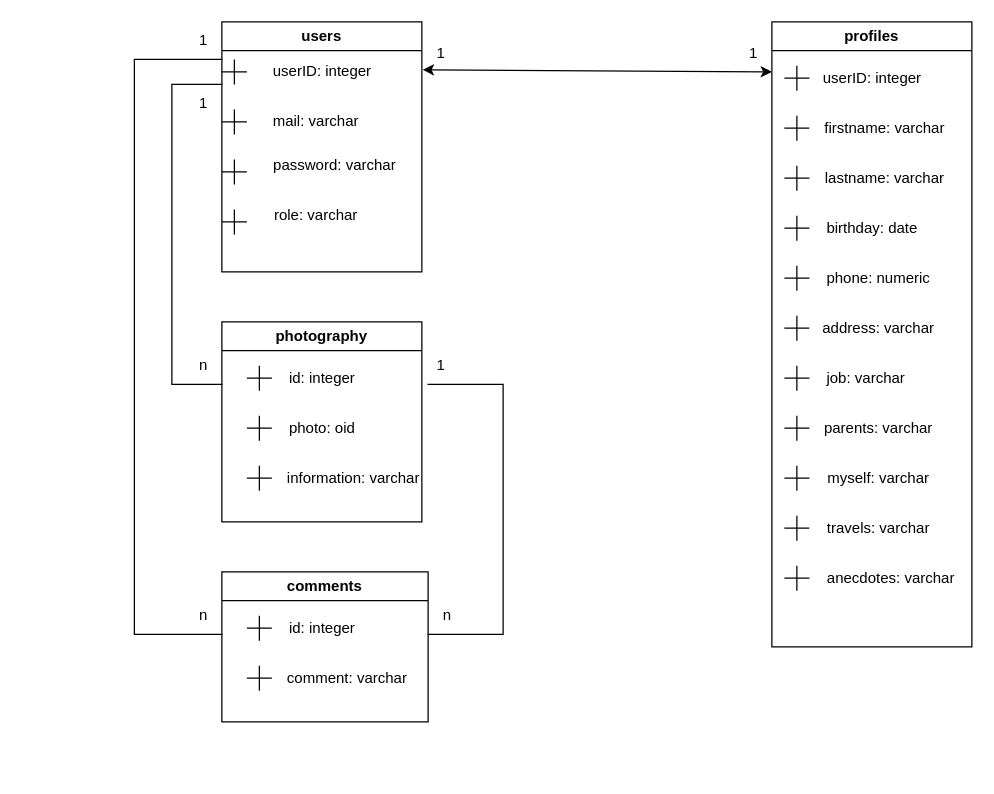
Above: test.drawio/tables.drawio in sandrine-proenca/Voyager_dans_le_temps (draw.io), before the change. Source tidied: cells renumbered, new cells numbered last; positions are measured from the earlier drawing's top-left corner, leaving out a move shared by most shapes. Both pictures are drawn from the tidied source at 125%, with x=0, y=0 at pixel (134, 21).
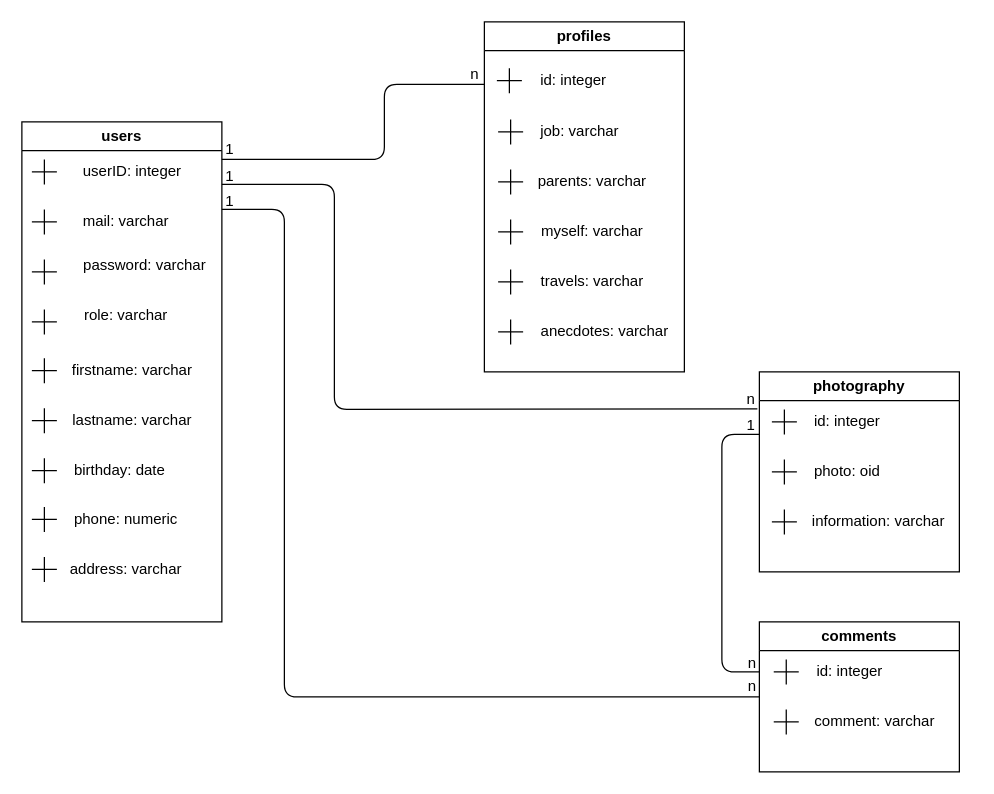
Above is the later version.

The edit, as a diff of the source:
```diff
@@
     <mxCell id="2" value="users" style="swimlane;whiteSpace=wrap;html=1;" parent="1" vertex="1">
-      <mxGeometry x="70" width="160" height="200" as="geometry" />
+      <mxGeometry x="-90" y="80" width="160" height="400" as="geometry" />
     </mxCell>
     <mxCell id="3" style="shape=cross;whiteSpace=wrap;html=1;size=0;" parent="2" vertex="1">
-      <mxGeometry y="30" width="20" height="20" as="geometry" />
+      <mxGeometry x="8" y="30" width="20" height="20" as="geometry" />
     </mxCell>
     <mxCell id="4" value="userID: integer" style="text;html=1;align=center;verticalAlign=middle;strokeColor=none;fillColor=none;" parent="2" vertex="1">
-      <mxGeometry x="30" y="25" width="100" height="30" as="geometry" />
+      <mxGeometry x="38" y="25" width="100" height="30" as="geometry" />
     </mxCell>
     <mxCell id="5" style="shape=cross;whiteSpace=wrap;html=1;size=0;" parent="2" vertex="1">
-      <mxGeometry y="70" width="20" height="20" as="geometry" />
+      <mxGeometry x="8" y="70" width="20" height="20" as="geometry" />
     </mxCell>
     <mxCell id="6" style="shape=cross;whiteSpace=wrap;html=1;size=0;" parent="2" vertex="1">
-      <mxGeometry y="110" width="20" height="20" as="geometry" />
+      <mxGeometry x="8" y="110" width="20" height="20" as="geometry" />
     </mxCell>
     <mxCell id="7" style="shape=cross;whiteSpace=wrap;html=1;size=0;" parent="2" vertex="1">
-      <mxGeometry y="150" width="20" height="20" as="geometry" />
+      <mxGeometry x="8" y="150" width="20" height="20" as="geometry" />
     </mxCell>
     <mxCell id="8" value="mail: varchar" style="text;html=1;align=center;verticalAlign=middle;strokeColor=none;fillColor=none;" parent="2" vertex="1">
-      <mxGeometry x="30" y="65" width="90" height="30" as="geometry" />
+      <mxGeometry x="38" y="65" width="90" height="30" as="geometry" />
     </mxCell>
     <mxCell id="9" value="password: varchar" style="text;html=1;align=center;verticalAlign=middle;strokeColor=none;fillColor=none;" parent="2" vertex="1">
-      <mxGeometry x="30" y="100" width="120" height="30" as="geometry" />
+      <mxGeometry x="38" y="100" width="120" height="30" as="geometry" />
     </mxCell>
     <mxCell id="10" value="role: varchar" style="text;html=1;align=center;verticalAlign=middle;strokeColor=none;fillColor=none;" parent="2" vertex="1">
-      <mxGeometry x="30" y="140" width="90" height="30" as="geometry" />
+      <mxGeometry x="38" y="140" width="90" height="30" as="geometry" />
     </mxCell>
-    <mxCell id="11" value="profiles" style="swimlane;whiteSpace=wrap;html=1;" parent="1" vertex="1">
-      <mxGeometry x="510" width="160" height="500" as="geometry" />
-    </mxCell>
-    <mxCell id="12" style="shape=cross;whiteSpace=wrap;html=1;size=0;" parent="11" vertex="1">
-      <mxGeometry x="10" y="35" width="20" height="20" as="geometry" />
-    </mxCell>
-    <mxCell id="13" value="userID: integer" style="text;html=1;align=center;verticalAlign=middle;strokeColor=none;fillColor=none;" parent="11" vertex="1">
-      <mxGeometry x="30" y="30" width="100" height="30" as="geometry" />
-    </mxCell>
-    <mxCell id="14" style="shape=cross;whiteSpace=wrap;html=1;size=0;" parent="11" vertex="1">
-      <mxGeometry x="10" y="75" width="20" height="20" as="geometry" />
+    <mxCell id="14" style="shape=cross;whiteSpace=wrap;html=1;size=0;" parent="2" vertex="1">
+      <mxGeometry x="8" y="189" width="20" height="20" as="geometry" />
     </mxCell>
-    <mxCell id="15" style="shape=cross;whiteSpace=wrap;html=1;size=0;" parent="11" vertex="1">
-      <mxGeometry x="10" y="115" width="20" height="20" as="geometry" />
+    <mxCell id="15" style="shape=cross;whiteSpace=wrap;html=1;size=0;" parent="2" vertex="1">
+      <mxGeometry x="8" y="229" width="20" height="20" as="geometry" />
     </mxCell>
-    <mxCell id="16" style="shape=cross;whiteSpace=wrap;html=1;size=0;" parent="11" vertex="1">
-      <mxGeometry x="10" y="155" width="20" height="20" as="geometry" />
+    <mxCell id="16" style="shape=cross;whiteSpace=wrap;html=1;size=0;" parent="2" vertex="1">
+      <mxGeometry x="8" y="269" width="20" height="20" as="geometry" />
     </mxCell>
-    <mxCell id="17" value="firstname: varchar" style="text;html=1;align=center;verticalAlign=middle;strokeColor=none;fillColor=none;" parent="11" vertex="1">
-      <mxGeometry x="30" y="70" width="120" height="30" as="geometry" />
+    <mxCell id="17" value="firstname: varchar" style="text;html=1;align=center;verticalAlign=middle;strokeColor=none;fillColor=none;" parent="2" vertex="1">
+      <mxGeometry x="28" y="184" width="120" height="30" as="geometry" />
     </mxCell>
-    <mxCell id="18" value="lastname: varchar" style="text;html=1;align=center;verticalAlign=middle;strokeColor=none;fillColor=none;" parent="11" vertex="1">
-      <mxGeometry x="30" y="110" width="120" height="30" as="geometry" />
+    <mxCell id="18" value="lastname: varchar" style="text;html=1;align=center;verticalAlign=middle;strokeColor=none;fillColor=none;" parent="2" vertex="1">
+      <mxGeometry x="28" y="224" width="120" height="30" as="geometry" />
     </mxCell>
-    <mxCell id="19" value="birthday: date" style="text;html=1;align=center;verticalAlign=middle;strokeColor=none;fillColor=none;" parent="11" vertex="1">
-      <mxGeometry x="30" y="150" width="100" height="30" as="geometry" />
+    <mxCell id="19" value="birthday: date" style="text;html=1;align=center;verticalAlign=middle;strokeColor=none;fillColor=none;" parent="2" vertex="1">
+      <mxGeometry x="28" y="264" width="100" height="30" as="geometry" />
     </mxCell>
-    <mxCell id="20" style="shape=cross;whiteSpace=wrap;html=1;size=0;" parent="11" vertex="1">
-      <mxGeometry x="10" y="195" width="20" height="20" as="geometry" />
+    <mxCell id="20" style="shape=cross;whiteSpace=wrap;html=1;size=0;" parent="2" vertex="1">
+      <mxGeometry x="8" y="308" width="20" height="20" as="geometry" />
     </mxCell>
-    <mxCell id="21" style="shape=cross;whiteSpace=wrap;html=1;size=0;" parent="11" vertex="1">
-      <mxGeometry x="10" y="235" width="20" height="20" as="geometry" />
+    <mxCell id="21" style="shape=cross;whiteSpace=wrap;html=1;size=0;" parent="2" vertex="1">
+      <mxGeometry x="8" y="348" width="20" height="20" as="geometry" />
     </mxCell>
+    <mxCell id="25" value="phone: numeric" style="text;html=1;align=center;verticalAlign=middle;strokeColor=none;fillColor=none;" parent="2" vertex="1">
+      <mxGeometry x="28" y="303" width="110" height="30" as="geometry" />
+    </mxCell>
+    <mxCell id="26" value="address: varchar" style="text;html=1;align=center;verticalAlign=middle;strokeColor=none;fillColor=none;" parent="2" vertex="1">
+      <mxGeometry x="28" y="343" width="110" height="30" as="geometry" />
+    </mxCell>
+    <mxCell id="11" value="profiles" style="swimlane;whiteSpace=wrap;html=1;" parent="1" vertex="1">
+      <mxGeometry x="280" width="160" height="280" as="geometry" />
+    </mxCell>
+    <mxCell id="12" style="shape=cross;whiteSpace=wrap;html=1;size=0;" parent="11" vertex="1">
+      <mxGeometry x="10" y="37" width="20" height="20" as="geometry" />
+    </mxCell>
+    <mxCell id="13" value="id: integer" style="text;html=1;align=center;verticalAlign=middle;strokeColor=none;fillColor=none;" parent="11" vertex="1">
+      <mxGeometry x="31" y="32" width="80" height="30" as="geometry" />
+    </mxCell>
     <mxCell id="22" style="shape=cross;whiteSpace=wrap;html=1;size=0;" parent="11" vertex="1">
-      <mxGeometry x="10" y="275" width="20" height="20" as="geometry" />
+      <mxGeometry x="11" y="78" width="20" height="20" as="geometry" />
     </mxCell>
     <mxCell id="23" style="shape=cross;whiteSpace=wrap;html=1;size=0;" parent="11" vertex="1">
-      <mxGeometry x="10" y="315" width="20" height="20" as="geometry" />
+      <mxGeometry x="11" y="118" width="20" height="20" as="geometry" />
     </mxCell>
     <mxCell id="24" value="parents: varchar" style="text;html=1;align=center;verticalAlign=middle;strokeColor=none;fillColor=none;" parent="11" vertex="1">
-      <mxGeometry x="30" y="310" width="110" height="30" as="geometry" />
+      <mxGeometry x="31" y="113" width="110" height="30" as="geometry" />
     </mxCell>
-    <mxCell id="25" value="phone: numeric" style="text;html=1;align=center;verticalAlign=middle;strokeColor=none;fillColor=none;" parent="11" vertex="1">
-      <mxGeometry x="30" y="190" width="110" height="30" as="geometry" />
-    </mxCell>
-    <mxCell id="26" value="address: varchar" style="text;html=1;align=center;verticalAlign=middle;strokeColor=none;fillColor=none;" parent="11" vertex="1">
-      <mxGeometry x="30" y="230" width="110" height="30" as="geometry" />
-    </mxCell>
     <mxCell id="27" value="job: varchar" style="text;html=1;align=center;verticalAlign=middle;strokeColor=none;fillColor=none;" parent="11" vertex="1">
-      <mxGeometry x="30" y="270" width="90" height="30" as="geometry" />
+      <mxGeometry x="31" y="73" width="90" height="30" as="geometry" />
     </mxCell>
     <mxCell id="28" value="myself: varchar" style="text;html=1;align=center;verticalAlign=middle;strokeColor=none;fillColor=none;" parent="11" vertex="1">
-      <mxGeometry x="35" y="350" width="100" height="30" as="geometry" />
+      <mxGeometry x="36" y="153" width="100" height="30" as="geometry" />
     </mxCell>
     <mxCell id="29" style="shape=cross;whiteSpace=wrap;html=1;size=0;" parent="11" vertex="1">
-      <mxGeometry x="10" y="355" width="20" height="20" as="geometry" />
+      <mxGeometry x="11" y="158" width="20" height="20" as="geometry" />
     </mxCell>
     <mxCell id="30" value="travels: varchar" style="text;html=1;align=center;verticalAlign=middle;strokeColor=none;fillColor=none;" parent="11" vertex="1">
-      <mxGeometry x="30" y="390" width="110" height="30" as="geometry" />
+      <mxGeometry x="31" y="193" width="110" height="30" as="geometry" />
     </mxCell>
     <mxCell id="31" style="shape=cross;whiteSpace=wrap;html=1;size=0;" parent="11" vertex="1">
-      <mxGeometry x="10" y="395" width="20" height="20" as="geometry" />
+      <mxGeometry x="11" y="198" width="20" height="20" as="geometry" />
     </mxCell>
     <mxCell id="32" value="anecdotes: varchar" style="text;html=1;align=center;verticalAlign=middle;strokeColor=none;fillColor=none;" parent="11" vertex="1">
-      <mxGeometry x="30" y="430" width="130" height="30" as="geometry" />
+      <mxGeometry x="31" y="233" width="130" height="30" as="geometry" />
     </mxCell>
     <mxCell id="33" style="shape=cross;whiteSpace=wrap;html=1;size=0;" parent="11" vertex="1">
-      <mxGeometry x="10" y="435" width="20" height="20" as="geometry" />
+      <mxGeometry x="11" y="238" width="20" height="20" as="geometry" />
     </mxCell>
-    <mxCell id="34" style="endArrow=classic;startArrow=classic;html=1;exitX=0.025;exitY=0.945;exitDx=0;exitDy=0;exitPerimeter=0;" parent="1" edge="1" source="35">
-      <mxGeometry relative="1" as="geometry">
-        <mxPoint x="510" y="40" as="targetPoint" />
-      </mxGeometry>
-    </mxCell>
     <mxCell id="35" value="1" style="text;html=1;align=center;verticalAlign=middle;points=[];strokeColor=none;fillColor=none;" parent="1" vertex="1">
-      <mxGeometry x="230" y="10" width="30" height="30" as="geometry" />
+      <mxGeometry x="61" y="109" width="30" height="30" as="geometry" />
     </mxCell>
-    <mxCell id="36" value="1" style="text;html=1;align=center;verticalAlign=middle;strokeColor=none;fillColor=none;" parent="1" vertex="1">
-      <mxGeometry x="480" y="10" width="30" height="30" as="geometry" />
+    <mxCell id="36" value="n" style="text;html=1;align=center;verticalAlign=middle;strokeColor=none;fillColor=none;" parent="1" vertex="1">
+      <mxGeometry x="479" y="517" width="30" height="30" as="geometry" />
     </mxCell>
     <mxCell id="37" value="photography" style="swimlane;whiteSpace=wrap;html=1;" parent="1" vertex="1">
-      <mxGeometry x="70" y="240" width="160" height="160" as="geometry" />
+      <mxGeometry x="500" y="280" width="160" height="160" as="geometry" />
     </mxCell>
     <mxCell id="38" style="shape=cross;whiteSpace=wrap;html=1;size=0;" parent="37" vertex="1">
-      <mxGeometry x="20" y="35" width="20" height="20" as="geometry" />
+      <mxGeometry x="10" y="30" width="20" height="20" as="geometry" />
     </mxCell>
     <mxCell id="39" value="id: integer" style="text;html=1;align=center;verticalAlign=middle;strokeColor=none;fillColor=none;" parent="37" vertex="1">
-      <mxGeometry x="40" y="30" width="80" height="30" as="geometry" />
+      <mxGeometry x="30" y="25" width="80" height="30" as="geometry" />
     </mxCell>
     <mxCell id="40" style="shape=cross;whiteSpace=wrap;html=1;size=0;" parent="37" vertex="1">
-      <mxGeometry x="20" y="75" width="20" height="20" as="geometry" />
+      <mxGeometry x="10" y="70" width="20" height="20" as="geometry" />
     </mxCell>
     <mxCell id="41" style="shape=cross;whiteSpace=wrap;html=1;size=0;" parent="37" vertex="1">
-      <mxGeometry x="20" y="115" width="20" height="20" as="geometry" />
+      <mxGeometry x="10" y="110" width="20" height="20" as="geometry" />
     </mxCell>
     <mxCell id="42" value="photo: oid" style="text;html=1;align=center;verticalAlign=middle;strokeColor=none;fillColor=none;" parent="37" vertex="1">
-      <mxGeometry x="40" y="70" width="80" height="30" as="geometry" />
+      <mxGeometry x="30" y="65" width="80" height="30" as="geometry" />
     </mxCell>
     <mxCell id="43" value="information: varchar" style="text;html=1;align=center;verticalAlign=middle;strokeColor=none;fillColor=none;" parent="37" vertex="1">
-      <mxGeometry x="40" y="110" width="130" height="30" as="geometry" />
+      <mxGeometry x="30" y="105" width="130" height="30" as="geometry" />
     </mxCell>
     <mxCell id="44" value="comments" style="swimlane;whiteSpace=wrap;html=1;" parent="1" vertex="1">
-      <mxGeometry x="70" y="440" width="165" height="120" as="geometry" />
+      <mxGeometry x="500" y="480" width="160" height="120" as="geometry" />
     </mxCell>
     <mxCell id="45" style="shape=cross;whiteSpace=wrap;html=1;size=0;" parent="44" vertex="1">
-      <mxGeometry x="20" y="35" width="20" height="20" as="geometry" />
+      <mxGeometry x="11.5" y="30" width="20" height="20" as="geometry" />
     </mxCell>
     <mxCell id="46" value="id: integer" style="text;html=1;align=center;verticalAlign=middle;strokeColor=none;fillColor=none;" parent="44" vertex="1">
-      <mxGeometry x="40" y="30" width="80" height="30" as="geometry" />
+      <mxGeometry x="31.5" y="25" width="80" height="30" as="geometry" />
     </mxCell>
     <mxCell id="47" style="shape=cross;whiteSpace=wrap;html=1;size=0;" parent="44" vertex="1">
-      <mxGeometry x="20" y="75" width="20" height="20" as="geometry" />
+      <mxGeometry x="11.5" y="70" width="20" height="20" as="geometry" />
     </mxCell>
     <mxCell id="48" value="comment: varchar" style="text;html=1;align=center;verticalAlign=middle;strokeColor=none;fillColor=none;" parent="44" vertex="1">
-      <mxGeometry x="40" y="70" width="120" height="30" as="geometry" />
+      <mxGeometry x="31.5" y="65" width="120" height="30" as="geometry" />
     </mxCell>
-    <mxCell id="49" style="shape=partialRectangle;whiteSpace=wrap;html=1;bottom=1;right=1;left=1;top=0;fillColor=none;routingCenterX=-0.5;direction=south;" parent="1" vertex="1">
-      <mxGeometry x="30" y="50" width="40" height="240" as="geometry" />
-    </mxCell>
+    <mxCell id="54" value="1" style="text;html=1;align=center;verticalAlign=middle;strokeColor=none;fillColor=none;" parent="1" vertex="1">
+      <mxGeometry x="61" y="129" width="30" height="30" as="geometry" />
+    </mxCell>
+    <mxCell id="56" value="1" style="text;html=1;align=center;verticalAlign=middle;strokeColor=none;fillColor=none;" parent="1" vertex="1">
+      <mxGeometry x="478" y="308" width="30" height="30" as="geometry" />
+    </mxCell>
+    <mxCell id="58" style="endArrow=none;html=1;" parent="1" edge="1">
+      <mxGeometry relative="1" as="geometry">
+        <mxPoint x="70" y="150" as="sourcePoint" />
+        <mxPoint x="500" y="540" as="targetPoint" />
+        <Array as="points">
+          <mxPoint x="120" y="150" />
+          <mxPoint x="120" y="540" />
+        </Array>
+      </mxGeometry>
+    </mxCell>
+    <mxCell id="59" style="endArrow=none;html=1;entryX=0.946;entryY=0.982;entryDx=0;entryDy=0;entryPerimeter=0;" parent="1" edge="1">
+      <mxGeometry relative="1" as="geometry">
+        <mxPoint x="70" y="130" as="sourcePoint" />
+        <mxPoint x="498.4" y="309.5" as="targetPoint" />
+        <Array as="points">
+          <mxPoint x="160" y="130" />
+          <mxPoint x="160" y="310" />
+        </Array>
+      </mxGeometry>
+    </mxCell>
+    <mxCell id="60" style="endArrow=none;html=1;" parent="1" edge="1">
+      <mxGeometry relative="1" as="geometry">
+        <mxPoint x="70" y="110" as="sourcePoint" />
+        <mxPoint x="280" y="50" as="targetPoint" />
+        <Array as="points">
+          <mxPoint x="200" y="110" />
+          <mxPoint x="200" y="50" />
+        </Array>
+      </mxGeometry>
+    </mxCell>
     <mxCell id="50" value="1" style="text;html=1;align=center;verticalAlign=middle;strokeColor=none;fillColor=none;" parent="1" vertex="1">
-      <mxGeometry x="40" y="50" width="30" height="30" as="geometry" />
+      <mxGeometry x="61" y="87" width="30" height="30" as="geometry" />
     </mxCell>
-    <mxCell id="51" value="n" style="text;html=1;align=center;verticalAlign=middle;strokeColor=none;fillColor=none;" parent="1" vertex="1">
-      <mxGeometry x="40" y="260" width="30" height="30" as="geometry" />
-    </mxCell>
-    <mxCell id="52" style="shape=partialRectangle;whiteSpace=wrap;html=1;bottom=1;right=1;left=1;top=0;fillColor=none;routingCenterX=-0.5;direction=south;" parent="1" vertex="1">
-      <mxGeometry y="30" width="70" height="460" as="geometry" />
-    </mxCell>
+    <mxCell id="61" value="n" style="text;html=1;align=center;verticalAlign=middle;strokeColor=none;fillColor=none;" parent="1" vertex="1">
+      <mxGeometry x="257" y="27" width="30" height="30" as="geometry" />
+    </mxCell>
+    <mxCell id="62" style="endArrow=none;html=1;startArrow=none;exitX=0.7;exitY=0.733;exitDx=0;exitDy=0;exitPerimeter=0;" parent="1" edge="1" source="53">
+      <mxGeometry relative="1" as="geometry">
+        <mxPoint x="500" y="330" as="targetPoint" />
+        <Array as="points">
+          <mxPoint x="470" y="520" />
+          <mxPoint x="470" y="330" />
+        </Array>
+      </mxGeometry>
+    </mxCell>
     <mxCell id="53" value="n" style="text;html=1;align=center;verticalAlign=middle;points=[];strokeColor=none;fillColor=none;" parent="1" vertex="1">
-      <mxGeometry x="40" y="460" width="30" height="30" as="geometry" />
+      <mxGeometry x="479" y="498" width="30" height="30" as="geometry" />
     </mxCell>
-    <mxCell id="54" value="1" style="text;html=1;align=center;verticalAlign=middle;strokeColor=none;fillColor=none;" parent="1" vertex="1">
-      <mxGeometry x="40" width="30" height="30" as="geometry" />
-    </mxCell>
-    <mxCell id="55" style="shape=partialRectangle;whiteSpace=wrap;html=1;bottom=1;right=1;left=1;top=0;fillColor=none;routingCenterX=-0.5;direction=north;" parent="1" vertex="1">
-      <mxGeometry x="235" y="290" width="60" height="200" as="geometry" />
-    </mxCell>
-    <mxCell id="56" value="1" style="text;html=1;align=center;verticalAlign=middle;strokeColor=none;fillColor=none;" parent="1" vertex="1">
-      <mxGeometry x="230" y="260" width="30" height="30" as="geometry" />
-    </mxCell>
-    <mxCell id="57" value="n" style="text;html=1;align=center;verticalAlign=middle;strokeColor=none;fillColor=none;" parent="1" vertex="1">
-      <mxGeometry x="235" y="460" width="30" height="30" as="geometry" />
-    </mxCell>
+    <mxCell id="63" value="n" style="text;html=1;align=center;verticalAlign=middle;strokeColor=none;fillColor=none;" parent="1" vertex="1">
+      <mxGeometry x="478" y="287" width="30" height="30" as="geometry" />
+    </mxCell>
```
